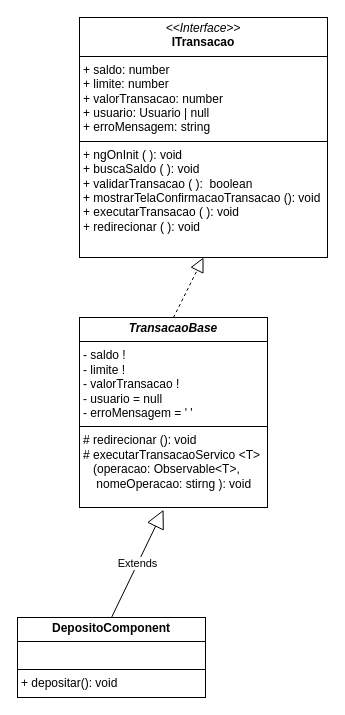
Above: transacao.drawio in alejandrolafuente/SistemaBanco (draw.io), before the change. Source tidied: cells renumbered, new cells numbered last; positions are measured from the earlier drawing's top-left corner, leaving out a move shared by most shapes. Both pictures are drawn from the tidied source at 100%, with x=0, y=0 at pixel (17, 17).
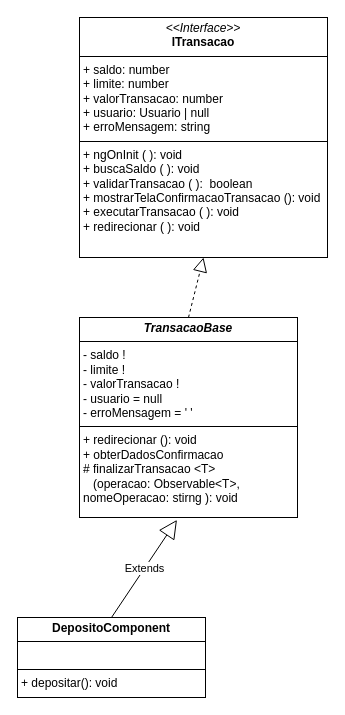
After the change.

The edit, as a diff of the source:
```diff
@@
 <mxGraphModel>
   <root>
     <mxCell id="0" />
     <mxCell id="1" parent="0" />
     <mxCell id="2" value="&lt;p style=&quot;margin:0px;margin-top:4px;text-align:center;&quot;&gt;&lt;i&gt;&amp;lt;&amp;lt;Interface&amp;gt;&amp;gt;&lt;/i&gt;&lt;br&gt;&lt;b&gt;ITransacao&lt;/b&gt;&lt;/p&gt;&lt;hr size=&quot;1&quot; style=&quot;border-style:solid;&quot;&gt;&lt;p style=&quot;margin:0px;margin-left:4px;&quot;&gt;+ saldo: number&lt;br&gt;+ limite: number&lt;/p&gt;&lt;p style=&quot;margin:0px;margin-left:4px;&quot;&gt;+ valorTransacao: number&lt;/p&gt;&lt;p style=&quot;margin:0px;margin-left:4px;&quot;&gt;+ usuario: Usuario | null&lt;/p&gt;&lt;p style=&quot;margin:0px;margin-left:4px;&quot;&gt;+ erroMensagem: string&lt;/p&gt;&lt;hr size=&quot;1&quot; style=&quot;border-style:solid;&quot;&gt;&lt;p style=&quot;margin:0px;margin-left:4px;&quot;&gt;+ ngOnInit ( ): void&lt;/p&gt;&lt;p style=&quot;margin:0px;margin-left:4px;&quot;&gt;+ buscaSaldo ( ): void&lt;/p&gt;&lt;p style=&quot;margin:0px;margin-left:4px;&quot;&gt;+ validarTransacao ( ):&amp;nbsp; boolean&lt;/p&gt;&lt;p style=&quot;margin:0px;margin-left:4px;&quot;&gt;+ mostrarTelaConfirmacaoTransacao (): void&lt;/p&gt;&lt;p style=&quot;margin:0px;margin-left:4px;&quot;&gt;+ executarTransacao ( ): void&lt;/p&gt;&lt;p style=&quot;margin:0px;margin-left:4px;&quot;&gt;+ redirecionar ( ): void&lt;/p&gt;" style="verticalAlign=top;align=left;overflow=fill;html=1;whiteSpace=wrap;" parent="1" vertex="1">
       <mxGeometry x="62" width="248" height="240" as="geometry" />
     </mxCell>
     <mxCell id="3" style="endArrow=block;dashed=1;endFill=0;endSize=12;html=1;exitX=0.5;exitY=0;exitDx=0;exitDy=0;entryX=0.5;entryY=1;entryDx=0;entryDy=0;" parent="1" edge="1" source="4" target="2">
       <mxGeometry relative="1" as="geometry" />
     </mxCell>
-    <mxCell id="4" value="&lt;p style=&quot;margin:0px;margin-top:4px;text-align:center;&quot;&gt;&lt;b&gt;&lt;i&gt;TransacaoBase&lt;/i&gt;&lt;/b&gt;&lt;/p&gt;&lt;hr size=&quot;1&quot; style=&quot;border-style:solid;&quot;&gt;&lt;p style=&quot;margin:0px;margin-left:4px;&quot;&gt;- saldo !&amp;nbsp;&lt;br&gt;- limite !&amp;nbsp;&lt;/p&gt;&lt;p style=&quot;margin:0px;margin-left:4px;&quot;&gt;- valorTransacao !&lt;/p&gt;&lt;p style=&quot;margin:0px;margin-left:4px;&quot;&gt;- usuario = null&lt;/p&gt;&lt;p style=&quot;margin:0px;margin-left:4px;&quot;&gt;- erroMensagem = ' '&lt;/p&gt;&lt;hr size=&quot;1&quot; style=&quot;border-style:solid;&quot;&gt;&lt;p style=&quot;margin:0px;margin-left:4px;&quot;&gt;# redirecionar (): void&lt;/p&gt;&lt;p style=&quot;margin:0px;margin-left:4px;&quot;&gt;# executarTransacaoServico &amp;lt;T&amp;gt;&lt;/p&gt;&lt;p style=&quot;margin:0px;margin-left:4px;&quot;&gt;&amp;nbsp; &amp;nbsp;(operacao: Observable&amp;lt;T&amp;gt;,&amp;nbsp; &amp;nbsp; &amp;nbsp; &amp;nbsp; &amp;nbsp; &amp;nbsp; nomeOperacao: stirng ): void&lt;/p&gt;" style="verticalAlign=top;align=left;overflow=fill;html=1;whiteSpace=wrap;" parent="1" vertex="1">
-      <mxGeometry x="62" y="300" width="188" height="190" as="geometry" />
+    <mxCell id="4" value="&lt;p style=&quot;margin:0px;margin-top:4px;text-align:center;&quot;&gt;&lt;b&gt;&lt;i&gt;TransacaoBase&lt;/i&gt;&lt;/b&gt;&lt;/p&gt;&lt;hr size=&quot;1&quot; style=&quot;border-style:solid;&quot;&gt;&lt;p style=&quot;margin:0px;margin-left:4px;&quot;&gt;- saldo !&amp;nbsp;&lt;br&gt;- limite !&amp;nbsp;&lt;/p&gt;&lt;p style=&quot;margin:0px;margin-left:4px;&quot;&gt;- valorTransacao !&lt;/p&gt;&lt;p style=&quot;margin:0px;margin-left:4px;&quot;&gt;- usuario = null&lt;/p&gt;&lt;p style=&quot;margin:0px;margin-left:4px;&quot;&gt;- erroMensagem = ' '&lt;/p&gt;&lt;hr size=&quot;1&quot; style=&quot;border-style:solid;&quot;&gt;&lt;p style=&quot;margin:0px;margin-left:4px;&quot;&gt;+ redirecionar (): void&lt;/p&gt;&lt;p style=&quot;margin:0px;margin-left:4px;&quot;&gt;+ obterDadosConfirmacao&lt;/p&gt;&lt;p style=&quot;margin:0px;margin-left:4px;&quot;&gt;# finalizarTransacao &amp;lt;T&amp;gt;&lt;/p&gt;&lt;p style=&quot;margin:0px;margin-left:4px;&quot;&gt;&amp;nbsp; &amp;nbsp;(operacao: Observable&amp;lt;T&amp;gt;,&amp;nbsp; &amp;nbsp; &amp;nbsp; &amp;nbsp; &amp;nbsp; &amp;nbsp; nomeOperacao: stirng ): void&lt;/p&gt;" style="verticalAlign=top;align=left;overflow=fill;html=1;whiteSpace=wrap;" parent="1" vertex="1">
+      <mxGeometry x="62" y="300" width="218" height="200" as="geometry" />
     </mxCell>
     <mxCell id="5" value="Extends" style="endArrow=block;endSize=16;endFill=0;html=1;entryX=0.447;entryY=1.012;entryDx=0;entryDy=0;entryPerimeter=0;exitX=0.5;exitY=0;exitDx=0;exitDy=0;" parent="1" edge="1" source="6" target="4">
       <mxGeometry relative="1" as="geometry" />
     </mxCell>
     <mxCell id="6" value="&lt;p style=&quot;margin:0px;margin-top:4px;text-align:center;&quot;&gt;&lt;b&gt;DepositoComponent&lt;/b&gt;&lt;/p&gt;&lt;hr size=&quot;1&quot; style=&quot;border-style:solid;&quot;&gt;&lt;p style=&quot;margin:0px;margin-left:4px;&quot;&gt;&lt;br&gt;&lt;/p&gt;&lt;hr size=&quot;1&quot; style=&quot;border-style:solid;&quot;&gt;&lt;p style=&quot;margin:0px;margin-left:4px;&quot;&gt;+ depositar(): void&lt;/p&gt;" style="verticalAlign=top;align=left;overflow=fill;html=1;whiteSpace=wrap;" parent="1" vertex="1">
       <mxGeometry y="600" width="188" height="80" as="geometry" />
     </mxCell>
   </root>
 </mxGraphModel>
```
